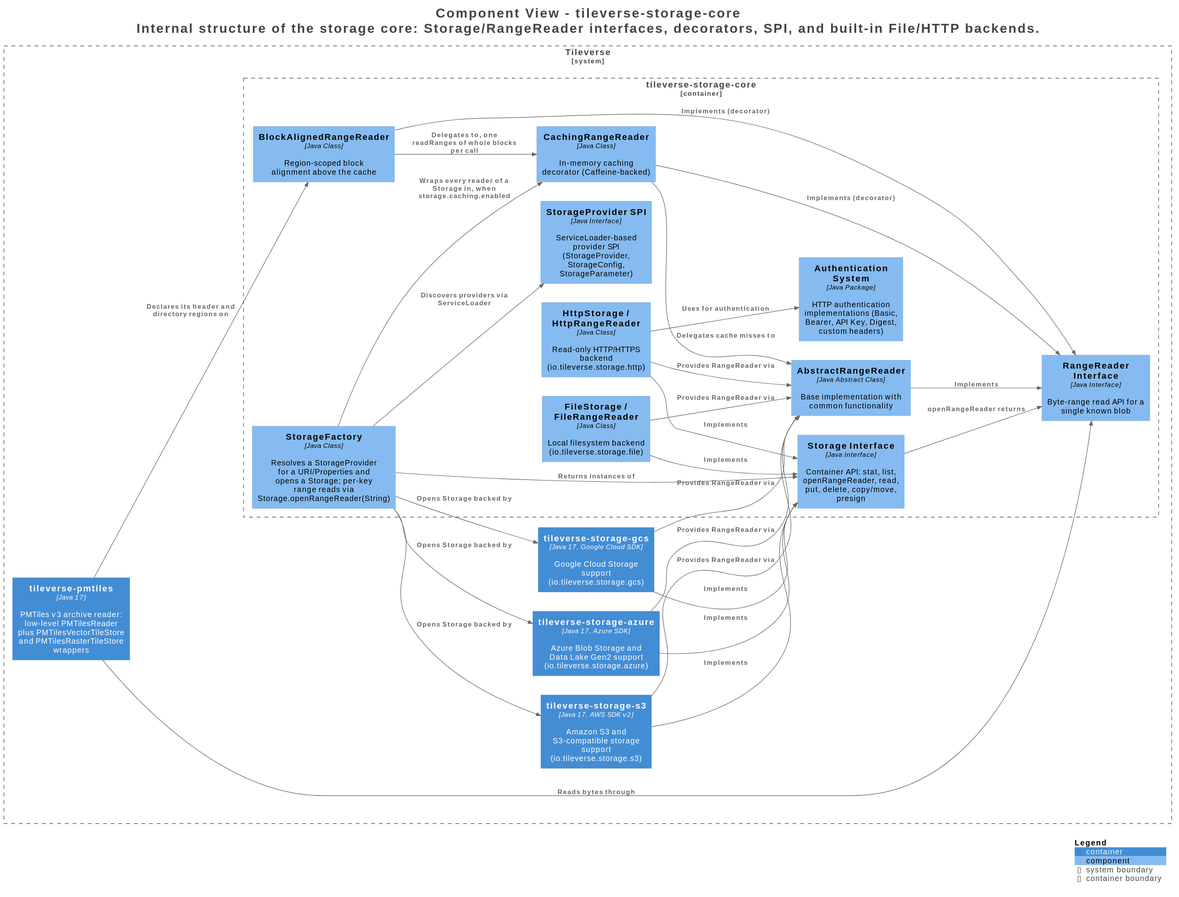
tileverse-io/tileverse keeps this PlantUML diagram as assets/images/storage/structurizr-CoreComponents.svg. Above is the earlier version.
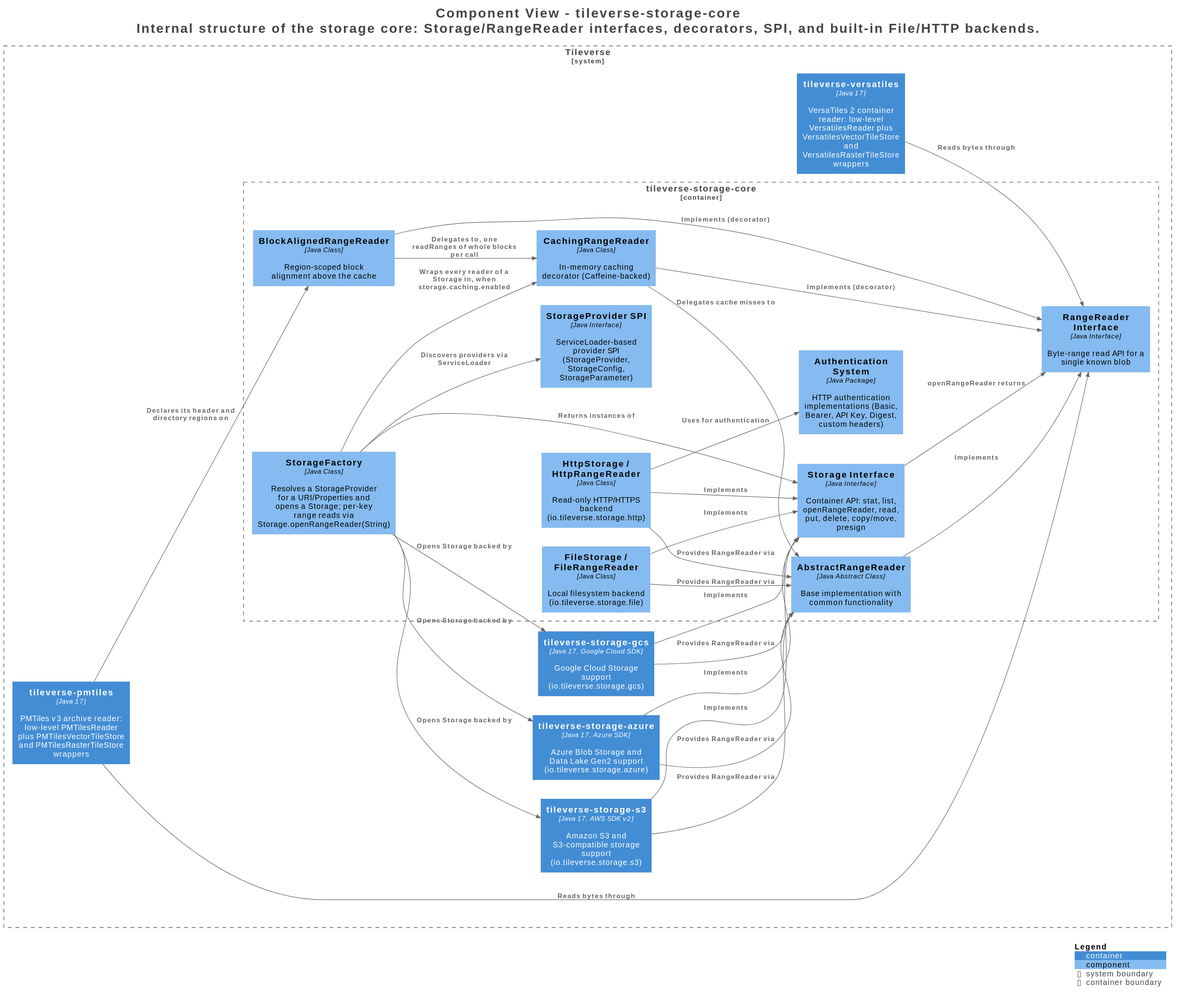
After the change.

Diff of the diagram source:
```diff
@@ -34,14 +34,19 @@
   Container(Tileverse.tileversestorageazure, "tileverse-storage-azure", $techn="Java 17, Azure SDK", $descr="Azure Blob Storage and Data Lake Gen2 support (io.tileverse.storage.azure)", $tags="", $link="")
   Container(Tileverse.tileversestoragegcs, "tileverse-storage-gcs", $techn="Java 17, Google Cloud SDK", $descr="Google Cloud Storage support (io.tileverse.storage.gcs)", $tags="", $link="")
   Container(Tileverse.tileversepmtiles, "tileverse-pmtiles", $techn="Java 17", $descr="PMTiles v3 archive reader: low-level PMTilesReader plus PMTilesVectorTileStore and PMTilesRasterTileStore wrappers", $tags="", $link="")
+  Container(Tileverse.tileverseversatiles, "tileverse-versatiles", $techn="Java 17", $descr="VersaTiles 2 container reader: low-level VersatilesReader plus VersatilesVectorTileStore and VersatilesRasterTileStore wrappers", $tags="", $link="")
 }
 
+Rel(Tileverse.tileversestoragecore.StorageFactory, Tileverse.tileversestoragegcs, "Opens Storage backed by", $techn="", $tags="", $link="")
+Rel(Tileverse.tileversestorages3, Tileverse.tileversestoragecore.StorageInterface, "Implements", $techn="", $tags="", $link="")
+Rel(Tileverse.tileversestorageazure, Tileverse.tileversestoragecore.StorageInterface, "Implements", $techn="", $tags="", $link="")
 Rel(Tileverse.tileversestoragegcs, Tileverse.tileversestoragecore.StorageInterface, "Implements", $techn="", $tags="", $link="")
 Rel(Tileverse.tileversestorages3, Tileverse.tileversestoragecore.AbstractRangeReader, "Provides RangeReader via", $techn="", $tags="", $link="")
 Rel(Tileverse.tileversestorageazure, Tileverse.tileversestoragecore.AbstractRangeReader, "Provides RangeReader via", $techn="", $tags="", $link="")
 Rel(Tileverse.tileversestoragegcs, Tileverse.tileversestoragecore.AbstractRangeReader, "Provides RangeReader via", $techn="", $tags="", $link="")
 Rel(Tileverse.tileversepmtiles, Tileverse.tileversestoragecore.RangeReaderInterface, "Reads bytes through", $techn="", $tags="", $link="")
 Rel(Tileverse.tileversepmtiles, Tileverse.tileversestoragecore.BlockAlignedRangeReader, "Declares its header and directory regions on", $techn="", $tags="", $link="")
+Rel(Tileverse.tileverseversatiles, Tileverse.tileversestoragecore.RangeReaderInterface, "Reads bytes through", $techn="", $tags="", $link="")
 Rel(Tileverse.tileversestoragecore.AbstractRangeReader, Tileverse.tileversestoragecore.RangeReaderInterface, "Implements", $techn="", $tags="", $link="")
 Rel(Tileverse.tileversestoragecore.FileStorageFileRangeReader, Tileverse.tileversestoragecore.StorageInterface, "Implements", $techn="", $tags="", $link="")
 Rel(Tileverse.tileversestoragecore.HttpStorageHttpRangeReader, Tileverse.tileversestoragecore.StorageInterface, "Implements", $techn="", $tags="", $link="")
@@ -58,9 +63,6 @@
 Rel(Tileverse.tileversestoragecore.StorageFactory, Tileverse.tileversestoragecore.StorageInterface, "Returns instances of", $techn="", $tags="", $link="")
 Rel(Tileverse.tileversestoragecore.StorageFactory, Tileverse.tileversestorages3, "Opens Storage backed by", $techn="", $tags="", $link="")
 Rel(Tileverse.tileversestoragecore.StorageFactory, Tileverse.tileversestorageazure, "Opens Storage backed by", $techn="", $tags="", $link="")
-Rel(Tileverse.tileversestoragecore.StorageFactory, Tileverse.tileversestoragegcs, "Opens Storage backed by", $techn="", $tags="", $link="")
-Rel(Tileverse.tileversestorages3, Tileverse.tileversestoragecore.StorageInterface, "Implements", $techn="", $tags="", $link="")
-Rel(Tileverse.tileversestorageazure, Tileverse.tileversestoragecore.StorageInterface, "Implements", $techn="", $tags="", $link="")
 
 SHOW_LEGEND(true)
 hide stereotypes
```
